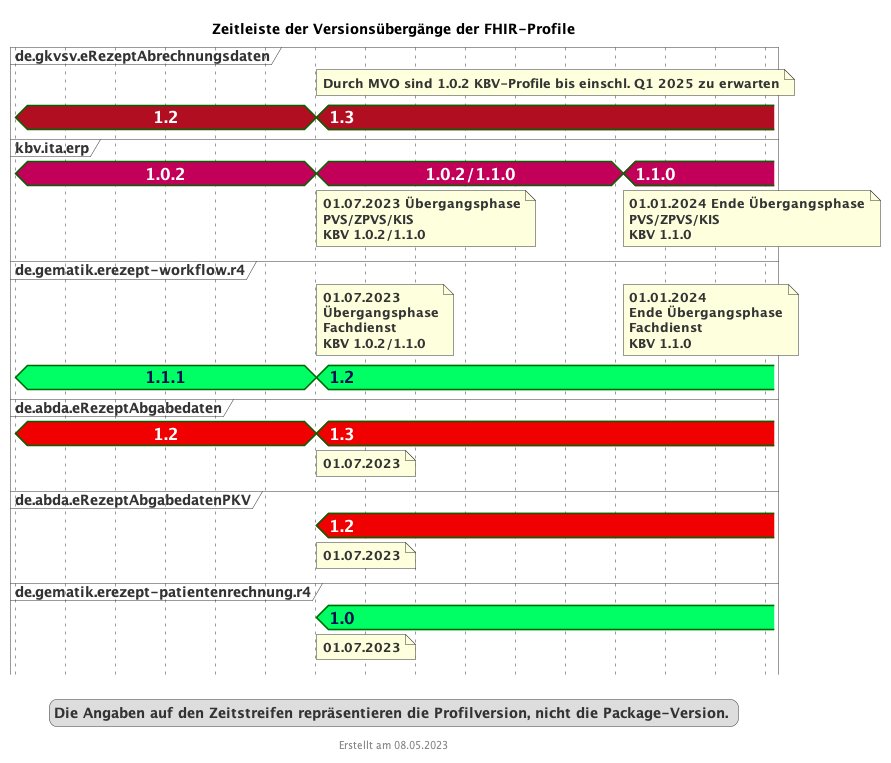
Before: images/puml_fhir_version_timeline.png, a diagram exported from PlantUML (gematik/api-erp). Its diagram source:
```plantuml
@startuml fhir_version_timeline
<style>
timingDiagram {
  .kbvcolor {
    FontColor #ffffff
    Fontsize 16
    FontStyle bold
    Backgroundcolor #c30059
  }
  .gematikcolor {
    FontColor #000e52
    Fontsize 16
    FontStyle bold
    Backgroundcolor #00ff64
  }
  .davcolor {
    FontColor #ffffff
    Fontsize 16
    FontStyle bold
    BackgroundColor #f00000
  }
  .gkvcolor {
    FontColor #ffffff
    Fontsize 16
    FontStyle bold
    BackgroundColor #b10f21
  }
}
</style>
title Zeitleiste der Versionsübergänge der FHIR-Profile
footer Erstellt am 08.05.2023


concise "de.gkvsv.eRezeptAbrechnungsdaten" as GKV <<gkvcolor>>
concise "kbv.ita.erp" as KBV <<kbvcolor>>
concise "de.gematik.erezept-workflow.r4" as gematik <<gematikcolor>>
concise "de.abda.eRezeptAbgabedaten" as DAV <<davcolor>>
concise "de.abda.eRezeptAbgabedatenPKV" as PKV <<davcolor>>
concise "de.gematik.erezept-patientenrechnung.r4" as gematikpkv <<gematikcolor>>


scale 2592000 as 50 pixels
hide time-axis

@2023/01/01
GKV is 1.2
KBV is 1.0.2
DAV is 1.2
gematik is 1.1.1

@2023/07/01
note bottom of KBV : 01.07.2023 Übergangsphase\nPVS/ZPVS/KIS\nKBV 1.0.2/1.1.0
note bottom of PKV : 01.07.2023
note top of gematik : 01.07.2023\nÜbergangsphase\nFachdienst\nKBV 1.0.2/1.1.0
note bottom of gematikpkv : 01.07.2023
note bottom of DAV : 01.07.2023
note top of GKV : Durch MVO sind 1.0.2 KBV-Profile bis einschl. Q1 2025 zu erwarten
KBV is "1.0.2/1.1.0"
gematik is 1.2
gematikpkv is 1.0
DAV is 1.3
PKV is 1.2
GKV is 1.3

@2024/01/01
note bottom of KBV : 01.01.2024 Ende Übergangsphase\nPVS/ZPVS/KIS\nKBV 1.1.0
note top of gematik : 01.01.2024\nEnde Übergangsphase\nFachdienst\nKBV 1.1.0
KBV is 1.1.0

@2024/03/01

legend
Die Angaben auf den Zeitstreifen repräsentieren die Profilversion, nicht die Package-Version.
end legend

@enduml
```
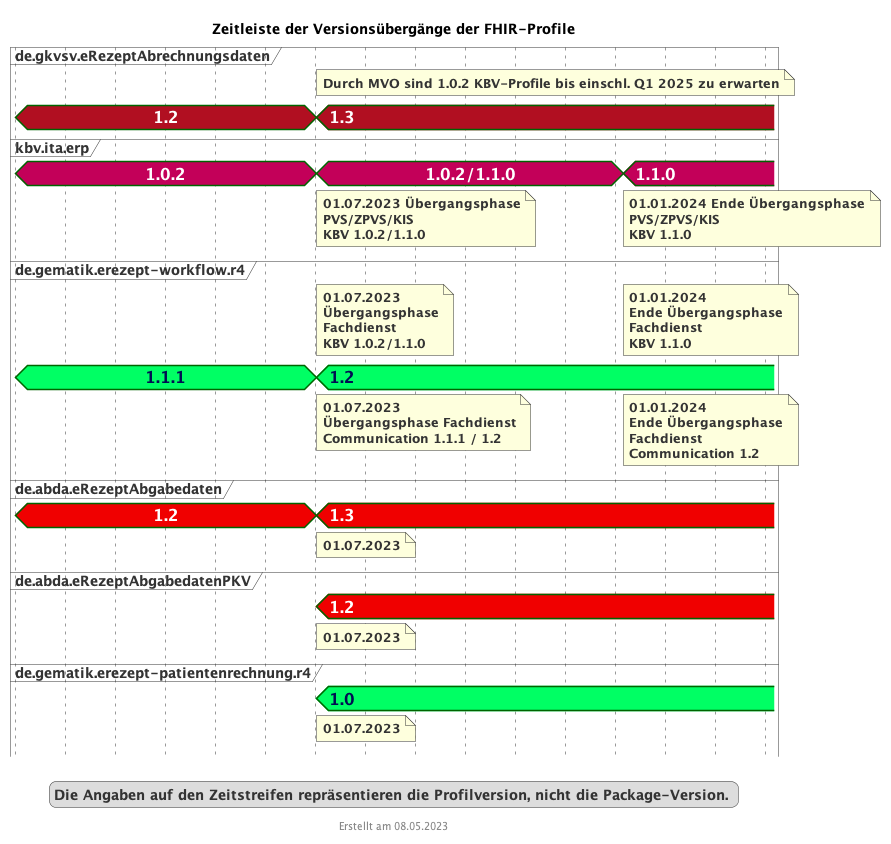
The same diagram one commit later.

Commit message:
Add hint for Communication

What changed in the source:
```diff
@@ -52,6 +52,7 @@
 note bottom of KBV : 01.07.2023 Übergangsphase\nPVS/ZPVS/KIS\nKBV 1.0.2/1.1.0
 note bottom of PKV : 01.07.2023
 note top of gematik : 01.07.2023\nÜbergangsphase\nFachdienst\nKBV 1.0.2/1.1.0
+note bottom of gematik : 01.07.2023\nÜbergangsphase Fachdienst\nCommunication 1.1.1 / 1.2
 note bottom of gematikpkv : 01.07.2023
 note bottom of DAV : 01.07.2023
 note top of GKV : Durch MVO sind 1.0.2 KBV-Profile bis einschl. Q1 2025 zu erwarten
@@ -65,6 +66,7 @@
 @2024/01/01
 note bottom of KBV : 01.01.2024 Ende Übergangsphase\nPVS/ZPVS/KIS\nKBV 1.1.0
 note top of gematik : 01.01.2024\nEnde Übergangsphase\nFachdienst\nKBV 1.1.0
+note bottom of gematik : 01.01.2024\nEnde Übergangsphase\nFachdienst\nCommunication 1.2
 KBV is 1.1.0
 
 @2024/03/01
```
